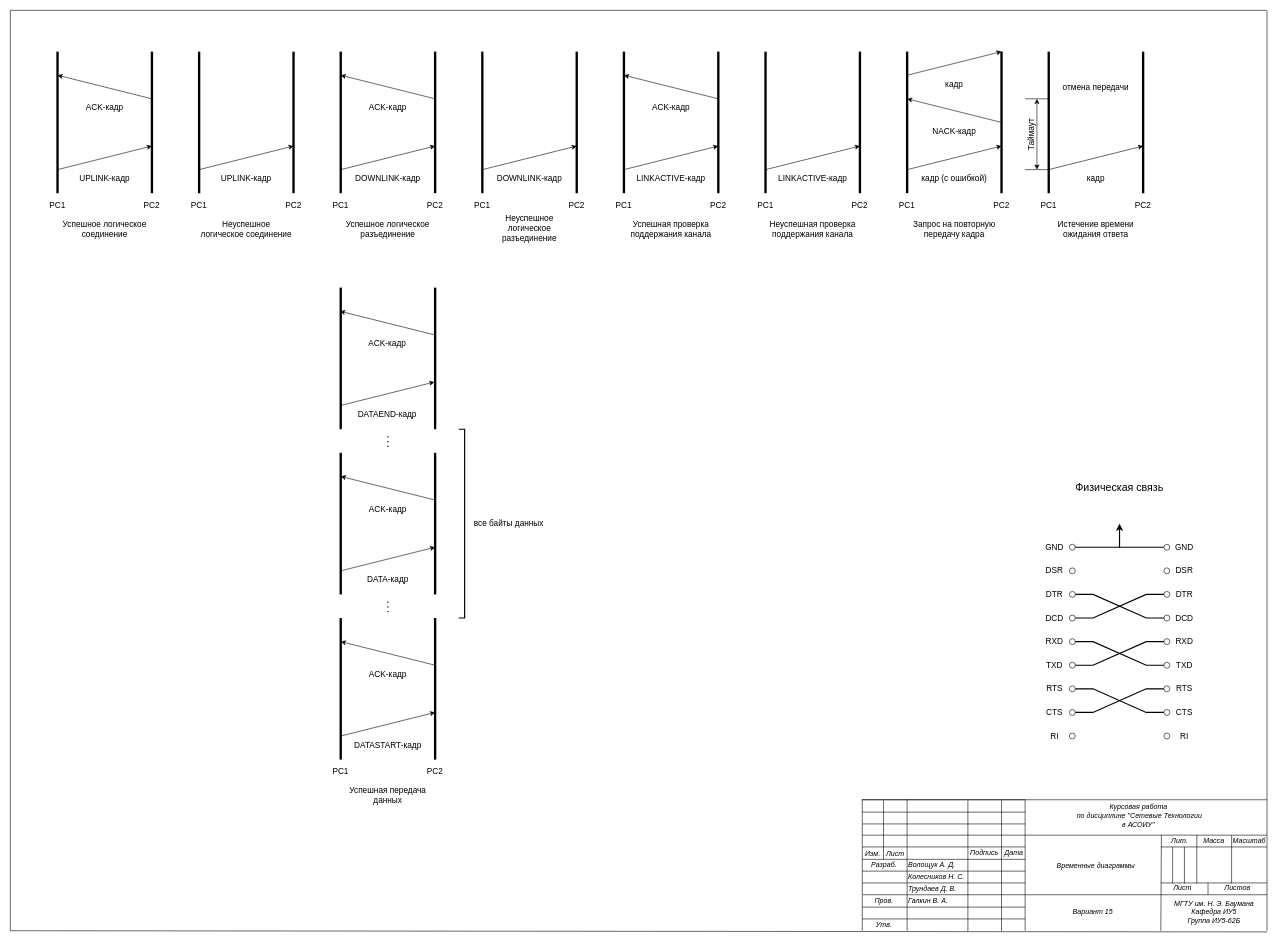
Above: docs/time-diagrams.drawio in DeveloperMan313/networks-coursework-backend (draw.io), before the change. Source tidied: cells renumbered, new cells numbered last; positions are measured from the earlier drawing's top-left corner, leaving out a move shared by most shapes. Both pictures are drawn from the tidied source at 59%, with x=0, y=0 at pixel (10, 10).
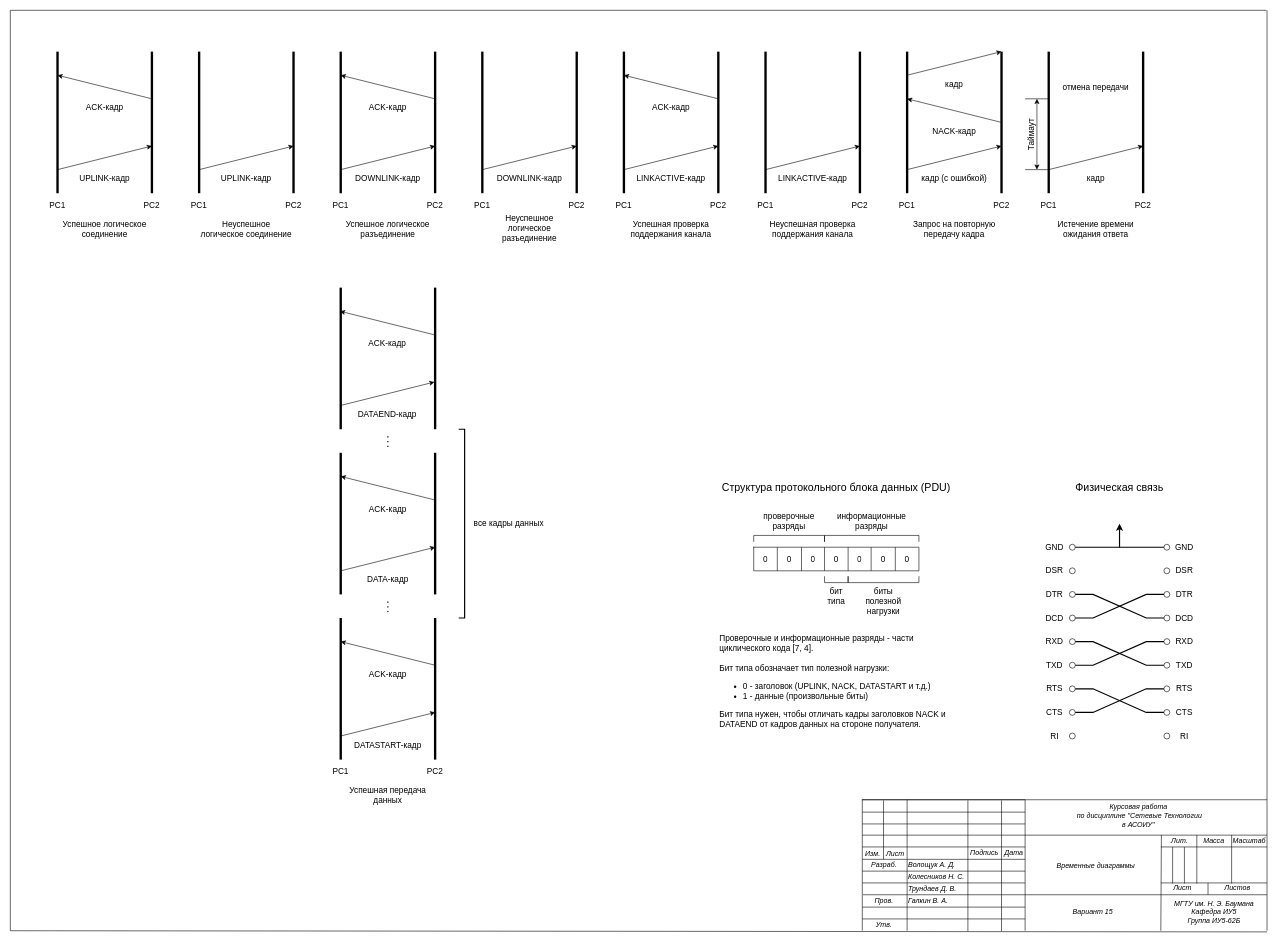
After the change.

Commit message (it also covers changes not shown here):
Add frame structure and mail service connect/disconnect algorithms to diagrams

Diff of the diagram source:
```diff
@@
-    <mxCell id="147" value="все байты данных" style="text;html=1;whiteSpace=wrap;strokeColor=none;fillColor=none;align=center;verticalAlign=middle;rounded=0;fontSize=14;" parent="1" vertex="1">
+    <mxCell id="147" value="все кадры данных" style="text;html=1;whiteSpace=wrap;strokeColor=none;fillColor=none;align=center;verticalAlign=middle;rounded=0;fontSize=14;" parent="1" vertex="1">
       <mxGeometry x="770" y="830" width="150" height="80" as="geometry" />
     </mxCell>
@@
+    <mxCell id="194" style="group;" parent="1" vertex="1">
+      <mxGeometry x="1200" y="790" width="400" height="440" as="geometry" />
+    </mxCell>
+    <mxCell id="195" value="Структура протокольного блока данных (PDU)" style="text;html=1;whiteSpace=wrap;strokeColor=none;fillColor=none;align=center;verticalAlign=middle;rounded=0;fontSize=18;" parent="194" vertex="1">
+      <mxGeometry width="400" height="40" as="geometry" />
+    </mxCell>
+    <mxCell id="196" style="shape=table;startSize=0;childLayout=tableLayout;fontSize=14;" parent="194" vertex="1">
+      <mxGeometry x="60" y="120" width="280" height="40" as="geometry" />
+    </mxCell>
+    <mxCell id="197" style="shape=tableRow;horizontal=0;startSize=0;swimlaneHead=0;swimlaneBody=0;strokeColor=inherit;top=0;left=0;bottom=0;right=0;fillColor=none;fontSize=14;" parent="196" vertex="1">
+      <mxGeometry width="280" height="40" as="geometry" />
+    </mxCell>
+    <mxCell id="198" value="0" style="shape=partialRectangle;html=1;whiteSpace=wrap;strokeColor=inherit;overflow=hidden;fillColor=none;top=0;left=0;bottom=0;right=0;fontSize=14;" parent="197" vertex="1">
+      <mxGeometry width="40" height="40" as="geometry" />
+    </mxCell>
+    <mxCell id="199" value="0" style="shape=partialRectangle;html=1;whiteSpace=wrap;strokeColor=inherit;overflow=hidden;fillColor=none;top=0;left=0;bottom=0;right=0;fontSize=14;" parent="197" vertex="1">
+      <mxGeometry x="40" width="41" height="40" as="geometry" />
+    </mxCell>
+    <mxCell id="200" value="0" style="shape=partialRectangle;html=1;whiteSpace=wrap;strokeColor=inherit;overflow=hidden;fillColor=none;top=0;left=0;bottom=0;right=0;fontSize=14;" parent="197" vertex="1">
+      <mxGeometry x="81" width="39" height="40" as="geometry" />
+    </mxCell>
+    <mxCell id="201" value="0" style="shape=partialRectangle;html=1;whiteSpace=wrap;strokeColor=inherit;overflow=hidden;fillColor=none;top=0;left=0;bottom=0;right=0;fontSize=14;" parent="197" vertex="1">
+      <mxGeometry x="120" width="40" height="40" as="geometry" />
+    </mxCell>
+    <mxCell id="202" value="0" style="shape=partialRectangle;html=1;whiteSpace=wrap;strokeColor=inherit;overflow=hidden;fillColor=none;top=0;left=0;bottom=0;right=0;fontSize=14;" parent="197" vertex="1">
+      <mxGeometry x="160" width="39" height="40" as="geometry" />
+    </mxCell>
+    <mxCell id="203" value="0" style="shape=partialRectangle;html=1;whiteSpace=wrap;strokeColor=inherit;overflow=hidden;fillColor=none;top=0;left=0;bottom=0;right=0;fontSize=14;" parent="197" vertex="1">
+      <mxGeometry x="199" width="41" height="40" as="geometry" />
+    </mxCell>
+    <mxCell id="204" value="0" style="shape=partialRectangle;html=1;whiteSpace=wrap;strokeColor=inherit;overflow=hidden;fillColor=none;top=0;left=0;bottom=0;right=0;fontSize=14;" parent="197" vertex="1">
+      <mxGeometry x="240" width="40" height="40" as="geometry" />
+    </mxCell>
+    <mxCell id="205" style="shape=partialRectangle;whiteSpace=wrap;html=1;bottom=1;right=1;left=1;top=0;fillColor=none;routingCenterX=-0.5;flipV=1;legacyAnchorPoints=0;fontSize=14;" parent="194" vertex="1">
+      <mxGeometry x="60" y="100" width="120" height="10" as="geometry" />
+    </mxCell>
+    <mxCell id="206" style="shape=partialRectangle;whiteSpace=wrap;html=1;bottom=1;right=1;left=1;top=0;fillColor=none;routingCenterX=-0.5;flipV=1;legacyAnchorPoints=0;fontSize=14;" parent="194" vertex="1">
+      <mxGeometry x="180" y="100" width="160" height="10" as="geometry" />
+    </mxCell>
+    <mxCell id="207" style="shape=partialRectangle;whiteSpace=wrap;html=1;bottom=1;right=1;left=1;top=0;fillColor=none;routingCenterX=-0.5;fontSize=14;" parent="194" vertex="1">
+      <mxGeometry x="180" y="170" width="40" height="10" as="geometry" />
+    </mxCell>
+    <mxCell id="208" style="shape=partialRectangle;whiteSpace=wrap;html=1;bottom=1;right=1;left=1;top=0;fillColor=none;routingCenterX=-0.5;fontSize=14;" parent="194" vertex="1">
+      <mxGeometry x="220" y="170" width="120" height="10" as="geometry" />
+    </mxCell>
+    <mxCell id="209" value="проверочные&lt;div&gt;разряды&lt;/div&gt;" style="text;html=1;whiteSpace=wrap;strokeColor=none;fillColor=none;align=center;verticalAlign=bottom;rounded=0;fontSize=14;" parent="194" vertex="1">
+      <mxGeometry x="60" y="65" width="120" height="30" as="geometry" />
+    </mxCell>
+    <mxCell id="210" value="информационные&lt;div&gt;разряды&lt;/div&gt;" style="text;html=1;whiteSpace=wrap;strokeColor=none;fillColor=none;align=center;verticalAlign=bottom;rounded=0;fontSize=14;" parent="194" vertex="1">
+      <mxGeometry x="180" y="65" width="160" height="30" as="geometry" />
+    </mxCell>
+    <mxCell id="211" value="бит&lt;div&gt;типа&lt;/div&gt;" style="text;html=1;whiteSpace=wrap;strokeColor=none;fillColor=none;align=center;verticalAlign=top;rounded=0;fontSize=14;" parent="194" vertex="1">
+      <mxGeometry x="180" y="180" width="40" height="30" as="geometry" />
+    </mxCell>
+    <mxCell id="212" value="биты&lt;div&gt;полезной нагрузки&lt;/div&gt;" style="text;html=1;whiteSpace=wrap;strokeColor=none;fillColor=none;align=center;verticalAlign=top;rounded=0;fontSize=14;" parent="194" vertex="1">
+      <mxGeometry x="220" y="180" width="120" height="30" as="geometry" />
+    </mxCell>
+    <mxCell id="213" value="Проверочные и информационные разряды - части циклического кода [7, 4].&lt;div&gt;&lt;br&gt;&lt;/div&gt;&lt;div&gt;Бит типа обозначает тип полезной нагрузки:&lt;/div&gt;&lt;div&gt;&lt;ul&gt;&lt;li&gt;0 - заголовок (UPLINK, NACK, DATASTART и т.д.)&lt;/li&gt;&lt;li&gt;1 - данные (произвольные биты)&lt;/li&gt;&lt;/ul&gt;&lt;div&gt;Бит типа нужен, чтобы отличать кадры заголовков NACK и DATAEND от кадров данных на стороне получателя.&lt;/div&gt;&lt;/div&gt;" style="text;html=1;whiteSpace=wrap;strokeColor=none;fillColor=none;align=left;verticalAlign=top;rounded=0;fontSize=14;" parent="194" vertex="1">
+      <mxGeometry y="260" width="400" height="180" as="geometry" />
+    </mxCell>
```
